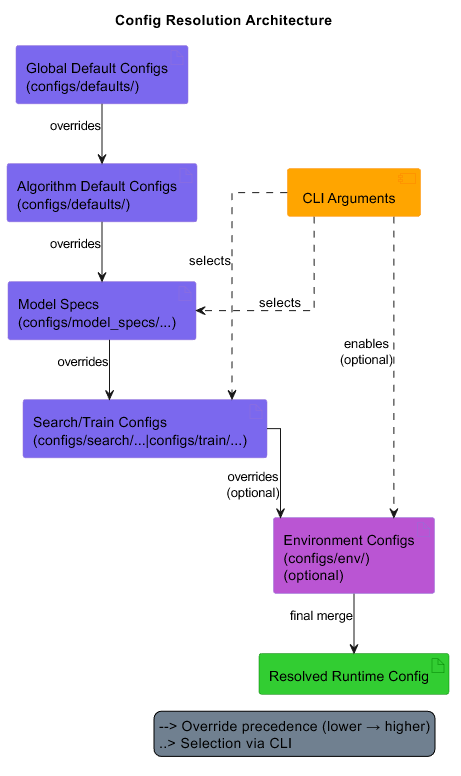
Above: docs/architecture/img/config_resolution.png in Sebastijan-Dominis/ml-workflow-engine (PlantUML), before the change. Its source is kept beside it as docs/architecture/uml/config_resolution.puml.
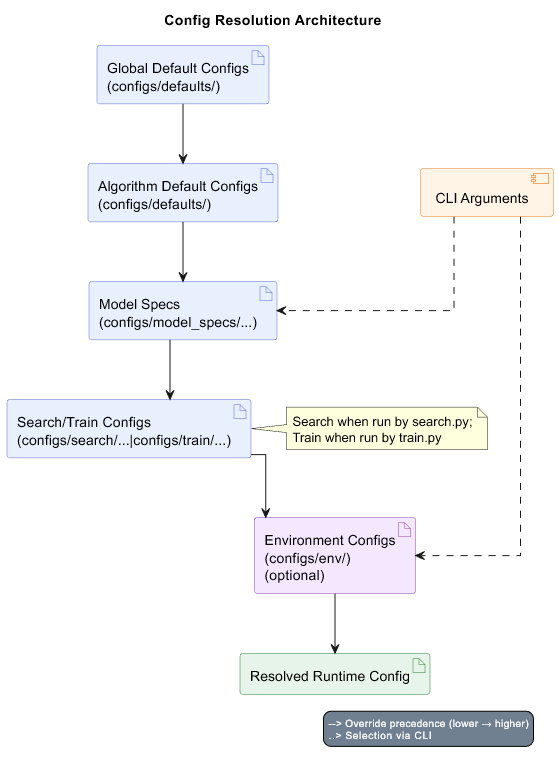
After the commit.

Diff of the diagram source:
```diff
@@ -1,62 +1,35 @@
 @startuml Config Resolution Architecture
-    title Config Resolution Architecture
-    top to bottom direction
+title Config Resolution Architecture
+!include architecture-theme.puml
+top to bottom direction
 
-    hide stereotype
+artifact global_cfg as "Global Default Configs\n(configs/defaults/)" <<config>>
+artifact algo_cfg as "Algorithm Default Configs\n(configs/defaults/)" <<config>>
+artifact model_spec as "Model Specs\n(configs/model_specs/...)" <<config>>
+artifact stage_cfg as "Search/Train Configs\n(configs/search/...|configs/train/...)" <<config>>
+artifact env_cfg as "Environment Configs\n(configs/env/)\n(optional)" <<env>>
 
-    skinparam shadowing false
-    skinparam linetype ortho
+artifact final_cfg as "Resolved Runtime Config" <<final>>
 
-    skinparam component {
-        BackgroundColor<<cli_args>> Orange
-        BorderColor<<cli_args>> DarkOrange
-    }
+global_cfg --> algo_cfg
+algo_cfg --> model_spec
+model_spec --> stage_cfg
+stage_cfg --> env_cfg
+env_cfg --> final_cfg
 
-    skinparam artifact {
-        BackgroundColor<<cfg>> MediumSlateBlue
-        BorderColor<<cfg>> MediumPurple
-    }
+component cli_args as "CLI Arguments" <<cli>>
 
-    skinparam artifact {
-        BackgroundColor<<env_cfg>> MediumOrchid
-        BorderColor<<env_cfg>> MediumPurple
-    }
+cli_args ..> model_spec
+cli_args ..> env_cfg
 
-    skinparam artifact {
-        BackgroundColor<<final_cfg>> LimeGreen
-        BorderColor<<final_cfg>> Green
-    }
+note right of stage_cfg
+Search when run by search.py;
+Train when run by train.py
+end note
 
-    skinparam legend {
-        BackgroundColor SlateGrey
-        BorderColor Black
-    }
+legend right
+-->   Override precedence (lower → higher)
+..>   Selection via CLI
+endlegend
 
-    artifact global_cfg as "Global Default Configs\n(configs/defaults/)" <<cfg>>
-    artifact algo_cfg as "Algorithm Default Configs\n(configs/defaults/)" <<cfg>>
-    artifact model_spec as "Model Specs\n(configs/model_specs/...)" <<cfg>>
-    artifact stage_cfg as "Search/Train Configs\n(configs/search/...|configs/train/...)" <<cfg>>
-    artifact env_cfg as "Environment Configs\n(configs/env/)\n(optional)" <<env_cfg>>
-
-    artifact final_cfg as "Resolved Runtime Config" <<final_cfg>>
-
-    global_cfg --> algo_cfg : overrides
-    algo_cfg --> model_spec : overrides
-    model_spec --> stage_cfg : overrides
-    stage_cfg --> env_cfg : overrides\n(optional)
-    env_cfg --> final_cfg : final merge
-
-    component cli_args as "CLI Arguments" <<cli_args>>
-
-    cli_args ..> model_spec : selects
-    cli_args ..> stage_cfg : selects
-    cli_args ..> env_cfg : enables\n(optional)
-    cli_args-[hidden]->env_cfg
-    cli_args-[hidden]->env_cfg
-
-    legend right
-    -->   Override precedence (lower → higher)
-    ..>   Selection via CLI
-    endlegend
-
-    @enduml
+@enduml
```
